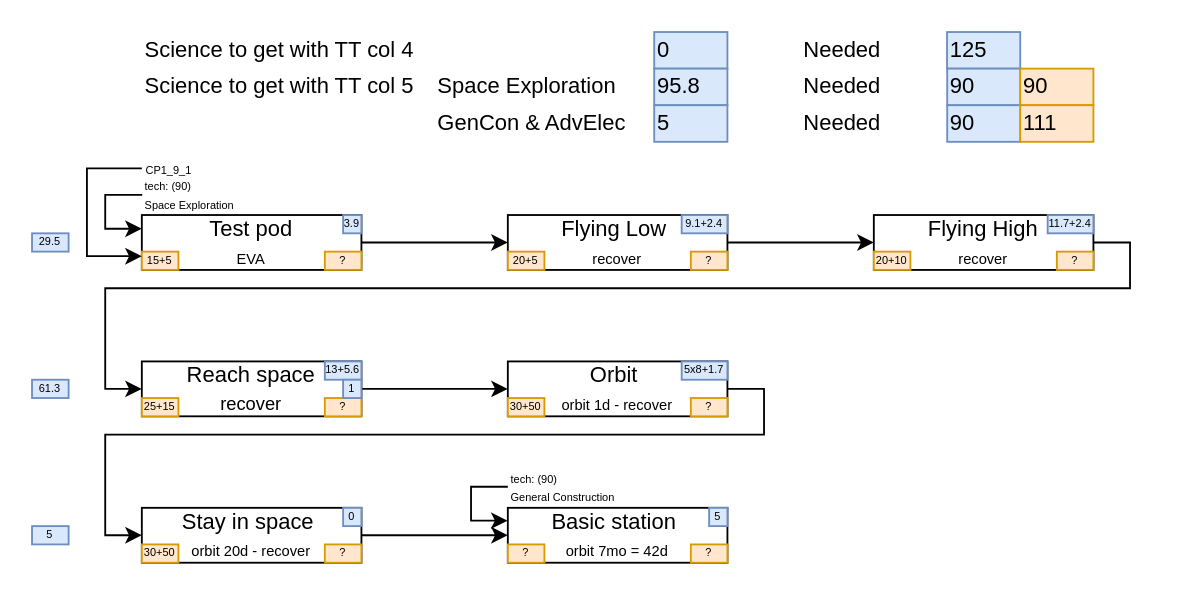
Above: doc/CP3 contracts.drawio in SaphireFalcon/real_career (draw.io), before the change. Source tidied: cells renumbered, new cells numbered last; positions are measured from the earlier drawing's top-left corner, leaving out a move shared by most shapes. Both pictures are drawn from the tidied source at 183%, with x=0, y=0 at pixel (31, 31).
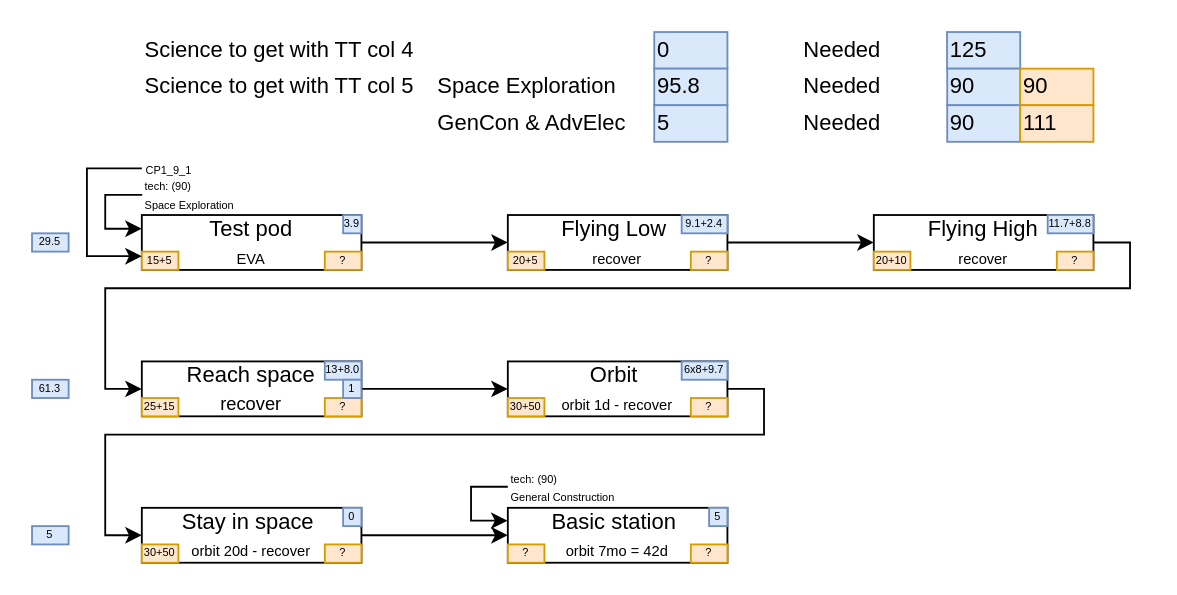
The same diagram, later.

What changed in the source:
```diff
@@
-    <mxCell id="24" value="11.7+2.4" style="text;html=1;strokeColor=#6c8ebf;fillColor=#dae8fc;align=center;verticalAlign=middle;whiteSpace=wrap;rounded=0;fontSize=6;" parent="1" vertex="1">
+    <mxCell id="24" value="11.7+8.8" style="text;html=1;strokeColor=#6c8ebf;fillColor=#dae8fc;align=center;verticalAlign=middle;whiteSpace=wrap;rounded=0;fontSize=6;" parent="1" vertex="1">
       <mxGeometry x="555" y="100" width="25" height="10" as="geometry" />
     </mxCell>
-    <mxCell id="25" value="13+5.6" style="text;html=1;strokeColor=#6c8ebf;fillColor=#dae8fc;align=center;verticalAlign=middle;whiteSpace=wrap;rounded=0;fontSize=6;" parent="1" vertex="1">
+    <mxCell id="25" value="13+8.0" style="text;html=1;strokeColor=#6c8ebf;fillColor=#dae8fc;align=center;verticalAlign=middle;whiteSpace=wrap;rounded=0;fontSize=6;" parent="1" vertex="1">
       <mxGeometry x="160" y="180" width="20" height="10" as="geometry" />
     </mxCell>
@@
-    <mxCell id="30" value="5x8+1.7" style="text;html=1;strokeColor=#6c8ebf;fillColor=#dae8fc;align=center;verticalAlign=middle;whiteSpace=wrap;rounded=0;fontSize=6;" parent="1" vertex="1">
+    <mxCell id="30" value="6x8+9.7" style="text;html=1;strokeColor=#6c8ebf;fillColor=#dae8fc;align=center;verticalAlign=middle;whiteSpace=wrap;rounded=0;fontSize=6;" parent="1" vertex="1">
       <mxGeometry x="355" y="180" width="25" height="10" as="geometry" />
     </mxCell>
```
